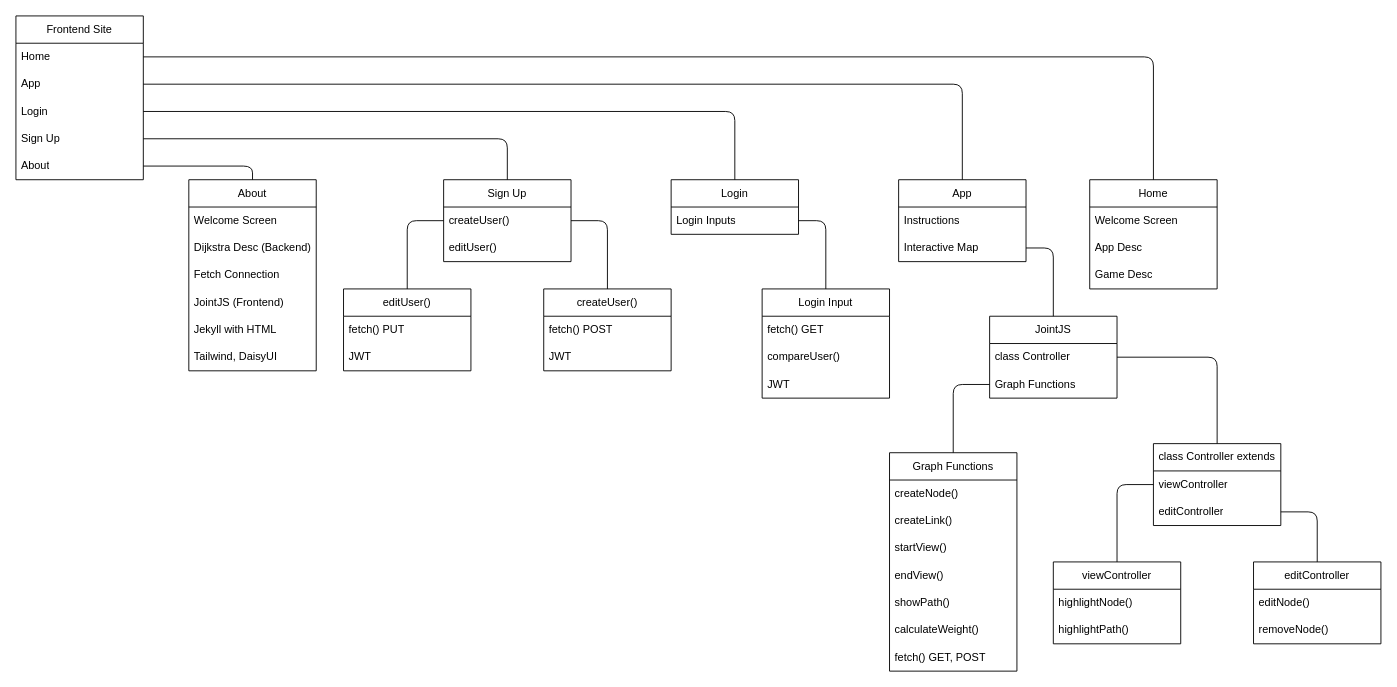
Above: frontend.drawio in CSA-Tri-1/Dijkstra-frontend (draw.io), before the change. Source tidied: cells renumbered, new cells numbered last; positions are measured from the earlier drawing's top-left corner, leaving out a move shared by most shapes. Both pictures are drawn from the tidied source at 91%, with x=0, y=0 at pixel (15, 15).
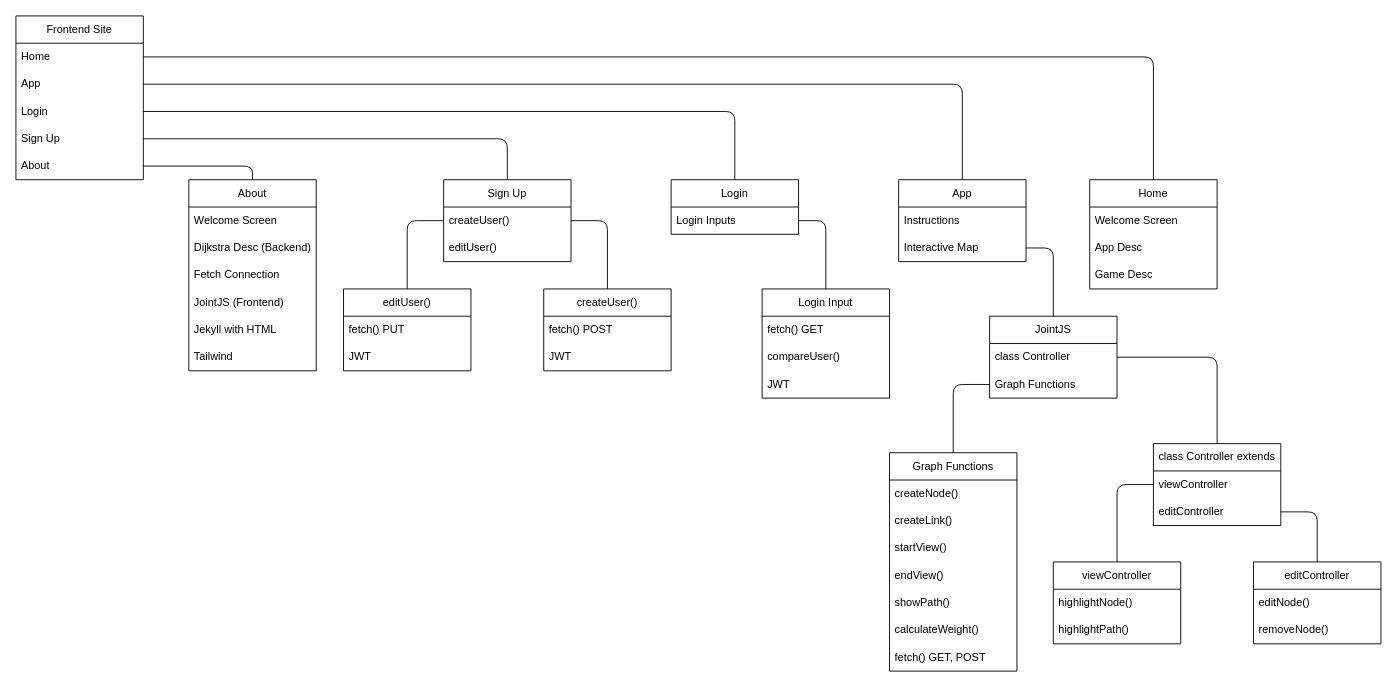
The same page after the edit.

Unchanged cells that the change refers to:
```xml
<mxCell id="62" value="About" style="swimlane;fontStyle=0;horizontal=1;startSize=30;whiteSpace=wrap;html=1;" parent="1" vertex="1">
  <mxGeometry x="190" y="180" width="140" height="210" as="geometry" />
</mxCell>
```

What changed in the source:
```diff
@@
-    <mxCell id="68" value="Tailwind, DaisyUI" style="text;strokeColor=none;fillColor=none;align=left;verticalAlign=middle;spacingLeft=4;spacingRight=4;overflow=hidden;whiteSpace=wrap;html=1;" parent="62" vertex="1">
+    <mxCell id="68" value="Tailwind" style="text;strokeColor=none;fillColor=none;align=left;verticalAlign=middle;spacingLeft=4;spacingRight=4;overflow=hidden;whiteSpace=wrap;html=1;" parent="62" vertex="1">
       <mxGeometry y="180" width="140" height="30" as="geometry" />
     </mxCell>
```
